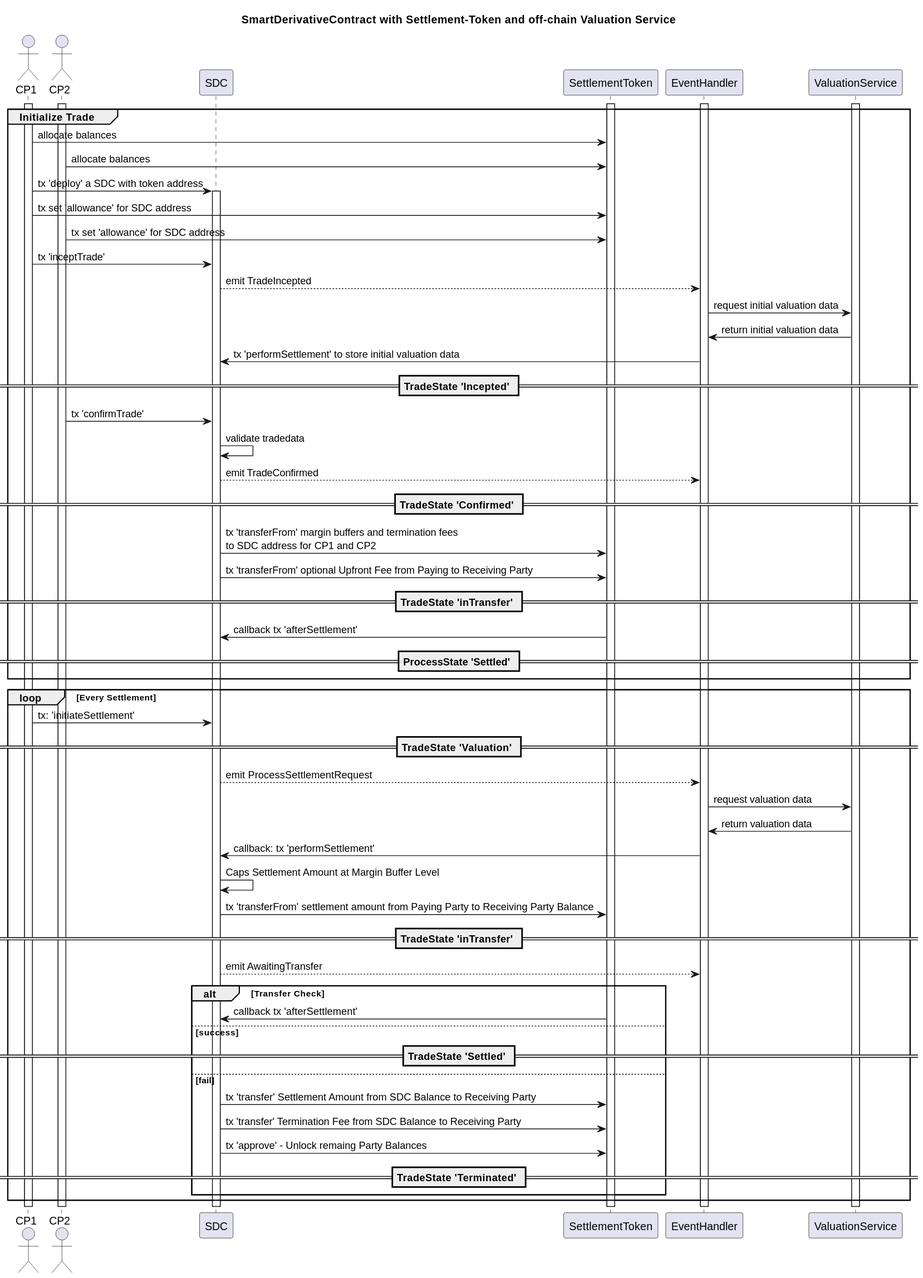
Before: public/assets/erc-6123/doc/sequence.svg, a diagram exported from PlantUML (lxdao-official/eipfun).
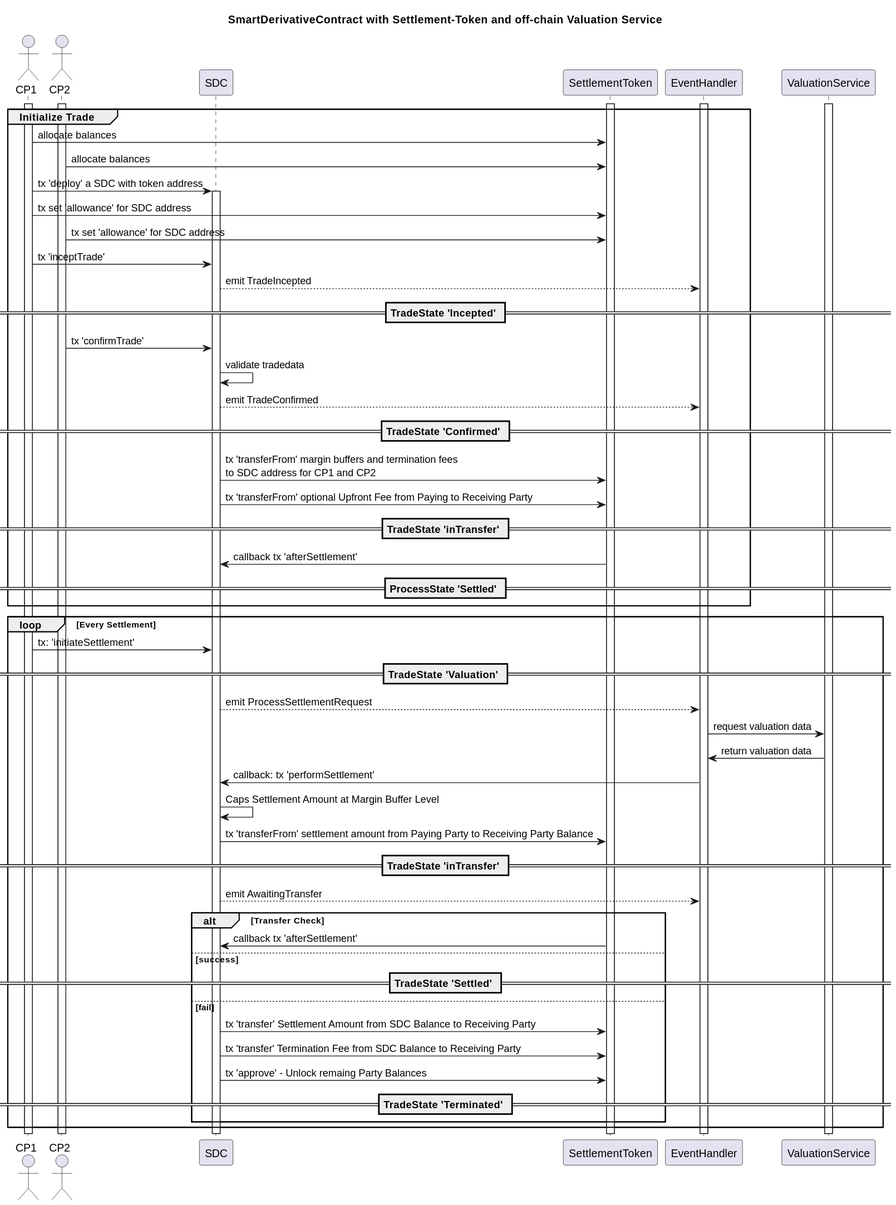
The same diagram one commit later.

Change to the diagram source:
```diff
@@ -31,9 +31,6 @@
 CP1 ->SDC:                 tx 'inceptTrade'
 
 SDC-->EventHandler: emit TradeIncepted
-EventHandler->ValuationService: request initial valuation data
-ValuationService->EventHandler: return initial valuation data
-EventHandler->SDC: tx 'performSettlement' to store initial valuation data
 == TradeState 'Incepted' ==
 CP2->SDC: tx 'confirmTrade'
 SDC->SDC: validate tradedata
```
